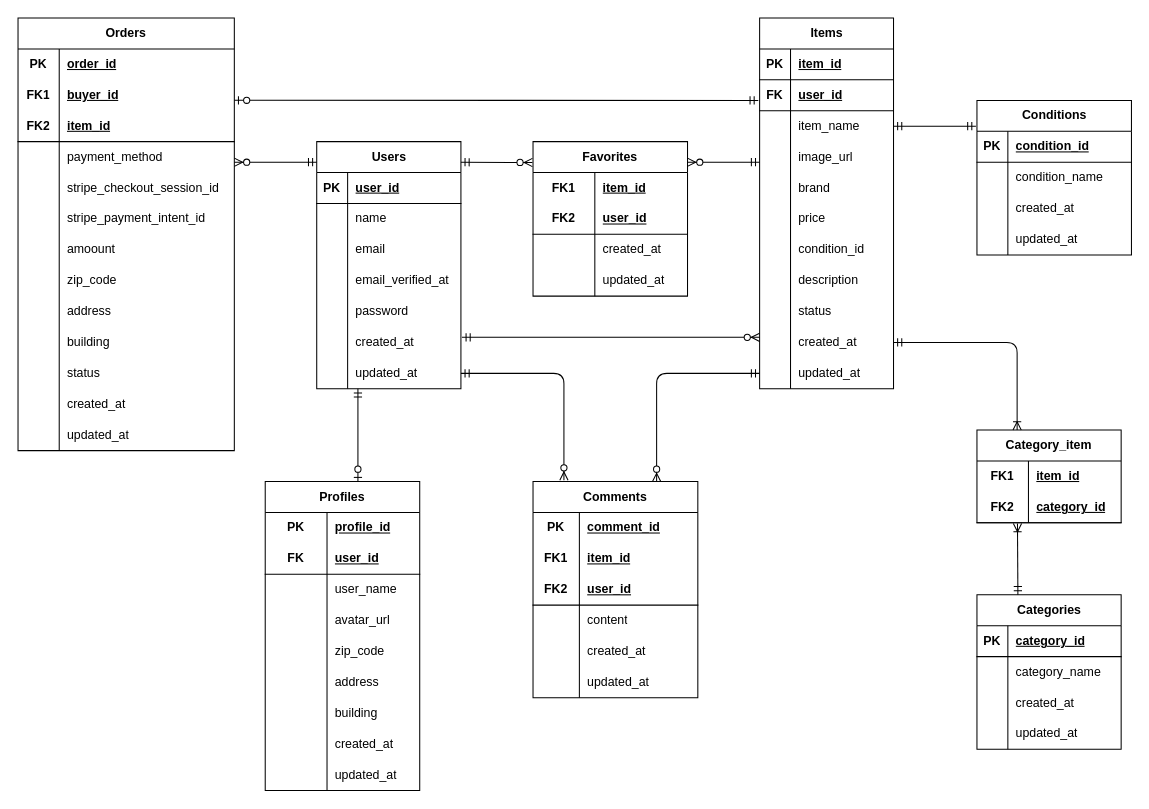
Above: docs/er/er_diagram.drawio in nae6/flea-market-app (draw.io), before the change. Source tidied: cells renumbered, new cells numbered last; positions are measured from the earlier drawing's top-left corner, leaving out a move shared by most shapes. Both pictures are drawn from the tidied source at 103%, with x=0, y=0 at pixel (18, 18).
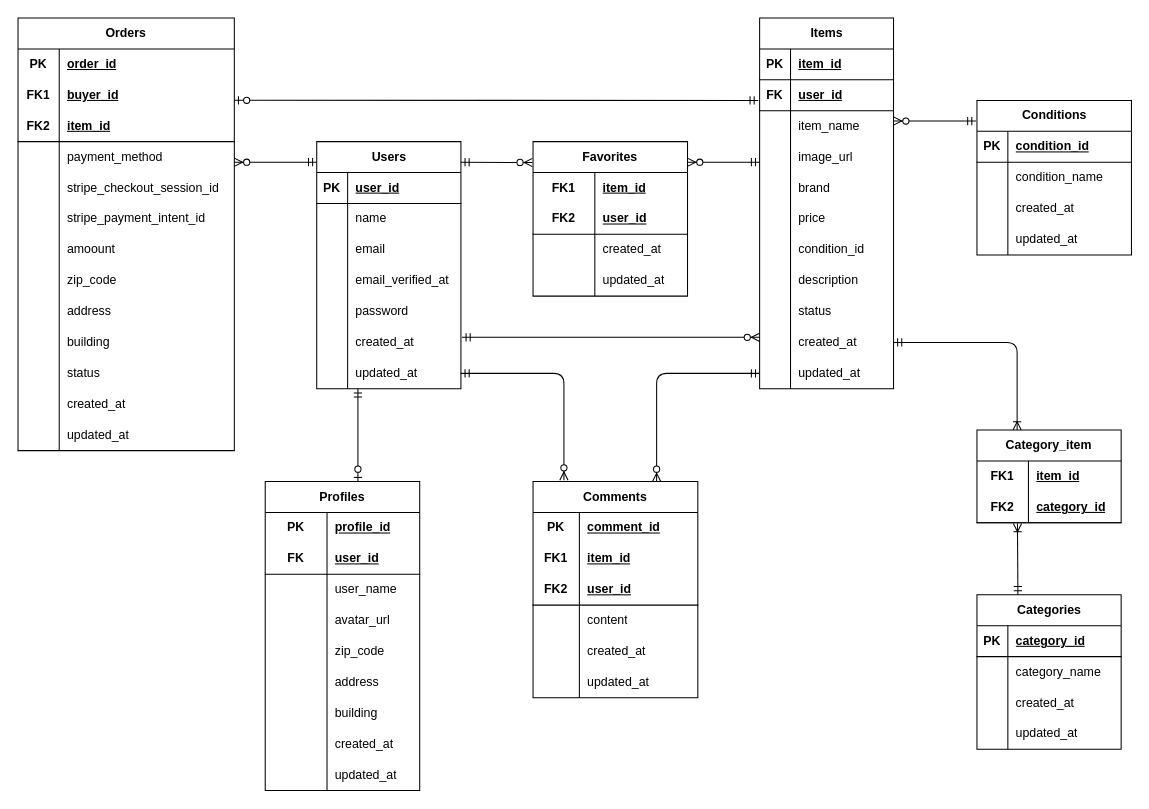
The same page after the edit.

Unchanged cells that the change refers to:
```xml
<mxCell id="9" style="shape=tableRow;horizontal=0;startSize=0;swimlaneHead=0;swimlaneBody=0;fillColor=none;points=[[0,0.5],[1,0.5]];portConstraint=eastwest;top=0;left=0;right=0;bottom=0;" parent="2" vertex="1">
  <mxGeometry y="90" width="130" height="30" as="geometry" />
</mxCell>
```

Change to the diagram source:
```diff
@@
-    <mxCell id="193" style="fontSize=12;html=1;endArrow=ERmandOne;startArrow=ERmandOne;exitX=1;exitY=0.5;exitDx=0;exitDy=0;" parent="1" edge="1" source="9">
-      <mxGeometry relative="1" as="geometry">
-        <mxPoint x="930" y="105" as="targetPoint" />
-      </mxGeometry>
-    </mxCell>
@@
+    <mxCell id="202" style="fontSize=12;html=1;endArrow=ERzeroToMany;startArrow=ERmandOne;entryX=0.999;entryY=0.1;entryDx=0;entryDy=0;entryPerimeter=0;" parent="1" edge="1">
+      <mxGeometry relative="1" as="geometry">
+        <mxPoint x="930" y="100" as="sourcePoint" />
+        <mxPoint x="850" y="100" as="targetPoint" />
+      </mxGeometry>
+    </mxCell>
```
